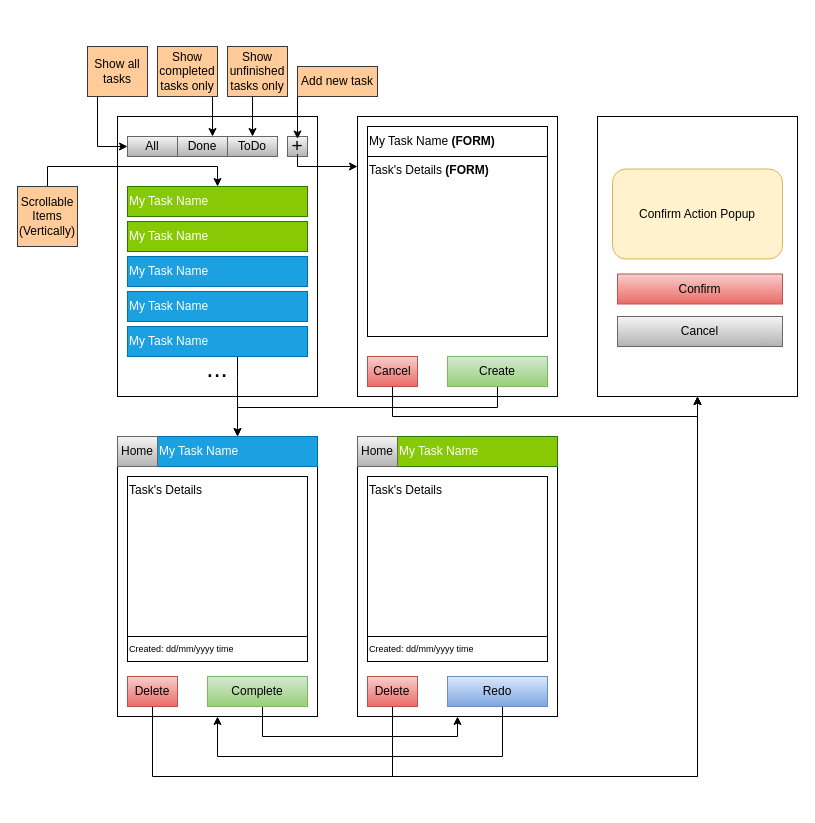
gubrus50/to-do-list keeps this draw.io diagram as design/Prototype Design.drawio. Above is the earlier version. Source tidied: cells renumbered, new cells numbered last; positions are measured from the earlier drawing's top-left corner, leaving out a move shared by most shapes. Both pictures are drawn from the tidied source at 100%, with x=0, y=0 at pixel (17, 46).
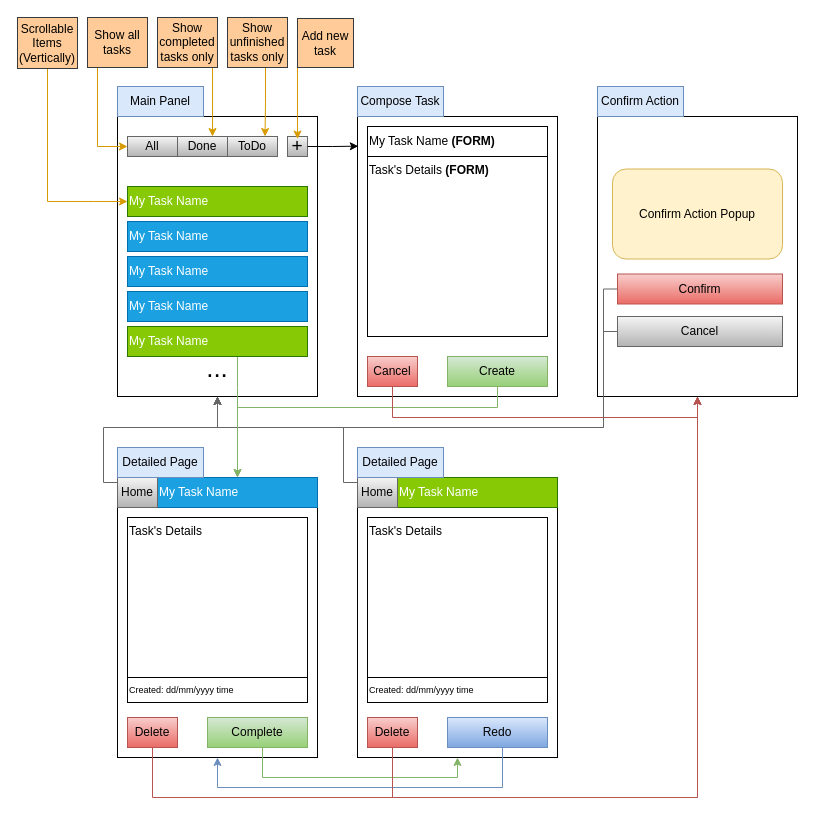
Above is the later version.

The change refers to these unchanged cells:
```xml
<mxCell id="2" style="rounded=0;whiteSpace=wrap;html=1;" parent="1" vertex="1">
  <mxGeometry x="100" y="70" width="200" height="280" as="geometry" />
</mxCell>
<mxCell id="5" style="rounded=0;whiteSpace=wrap;html=1;fillColor=#f5f5f5;gradientColor=#b3b3b3;strokeColor=#666666;" parent="4" vertex="1">
  <mxGeometry width="20" height="20" as="geometry" />
</mxCell>
<mxCell id="6" value="+" style="text;html=1;strokeColor=none;fillColor=none;align=center;verticalAlign=middle;whiteSpace=wrap;rounded=0;fontSize=19;" parent="4" vertex="1">
  <mxGeometry x="5" y="2.5" width="10" height="15" as="geometry" />
</mxCell>
<mxCell id="7" value="My Task Name" style="rounded=0;whiteSpace=wrap;html=1;fillColor=#88C906;strokeColor=#2D7600;align=left;fontColor=#ffffff;" parent="1" vertex="1">
  <mxGeometry x="110" y="140" width="180" height="30" as="geometry" />
</mxCell>
<mxCell id="13" value="Done" style="rounded=0;whiteSpace=wrap;html=1;fillColor=#f5f5f5;gradientColor=#b3b3b3;strokeColor=#666666;" parent="1" vertex="1">
  <mxGeometry x="160" y="90" width="50" height="20" as="geometry" />
</mxCell>
<mxCell id="14" value="ToDo" style="rounded=0;whiteSpace=wrap;html=1;fillColor=#f5f5f5;gradientColor=#b3b3b3;strokeColor=#666666;" parent="1" vertex="1">
  <mxGeometry x="210" y="90" width="50" height="20" as="geometry" />
</mxCell>
<mxCell id="32" style="rounded=0;whiteSpace=wrap;html=1;" parent="1" vertex="1">
  <mxGeometry x="340" y="70" width="200" height="280" as="geometry" />
</mxCell>
<mxCell id="35" value="Create" style="rounded=0;whiteSpace=wrap;html=1;fillColor=#d5e8d4;strokeColor=#82b366;gradientColor=#97d077;" parent="1" vertex="1">
  <mxGeometry x="430" y="310" width="100" height="30" as="geometry" />
</mxCell>
<mxCell id="37" value="Cancel" style="rounded=0;whiteSpace=wrap;html=1;fillColor=#f8cecc;gradientColor=#ea6b66;strokeColor=#b85450;" parent="1" vertex="1">
  <mxGeometry x="350" y="310" width="50" height="30" as="geometry" />
</mxCell>
<mxCell id="48" value="All" style="rounded=0;whiteSpace=wrap;html=1;fillColor=#f5f5f5;gradientColor=#b3b3b3;strokeColor=#666666;" parent="1" vertex="1">
  <mxGeometry x="110" y="90" width="50" height="20" as="geometry" />
</mxCell>
<mxCell id="51" style="rounded=0;whiteSpace=wrap;html=1;" parent="1" vertex="1">
  <mxGeometry x="580" y="70" width="200" height="280" as="geometry" />
</mxCell>
<mxCell id="52" value="Confirm" style="rounded=0;whiteSpace=wrap;html=1;fillColor=#f8cecc;strokeColor=#b85450;gradientColor=#ea6b66;" parent="1" vertex="1">
  <mxGeometry x="600" y="227.5" width="165" height="30" as="geometry" />
</mxCell>
<mxCell id="53" value="Cancel" style="rounded=0;whiteSpace=wrap;html=1;fillColor=#f5f5f5;gradientColor=#b3b3b3;strokeColor=#666666;" parent="1" vertex="1">
  <mxGeometry x="600" y="270" width="165" height="30" as="geometry" />
</mxCell>
```

What changed in the source:
```diff
@@
     <mxCell id="3" style="rounded=0;whiteSpace=wrap;html=1;" parent="1" vertex="1">
-      <mxGeometry x="100" y="390" width="200" height="280" as="geometry" />
+      <mxGeometry x="100" y="431" width="200" height="280" as="geometry" />
     </mxCell>
@@
-    <mxCell id="8" value="My Task Name" style="rounded=0;whiteSpace=wrap;html=1;fillColor=#88C906;strokeColor=#2D7600;align=left;fontColor=#ffffff;" parent="1" vertex="1">
+    <mxCell id="8" value="My Task Name" style="rounded=0;whiteSpace=wrap;html=1;fillColor=#1ba1e2;strokeColor=#006EAF;align=left;fontColor=#ffffff;" parent="1" vertex="1">
       <mxGeometry x="110" y="175" width="180" height="30" as="geometry" />
     </mxCell>
@@
-    <mxCell id="11" style="edgeStyle=orthogonalEdgeStyle;rounded=0;jettySize=auto;html=1;entryX=0.5;entryY=0;entryDx=0;entryDy=0;" parent="1" edge="1" source="12" target="17">
-      <mxGeometry relative="1" as="geometry">
-        <Array as="points">
-          <mxPoint x="220" y="331" />
-          <mxPoint x="220" y="331" />
-        </Array>
-      </mxGeometry>
-    </mxCell>
-    <mxCell id="12" value="My Task Name" style="rounded=0;whiteSpace=wrap;html=1;fillColor=#1ba1e2;fontColor=#ffffff;strokeColor=#006EAF;align=left;" parent="1" vertex="1">
-      <mxGeometry x="110" y="280" width="180" height="30" as="geometry" />
-    </mxCell>
@@
     <mxCell id="17" value="My Task Name" style="rounded=0;whiteSpace=wrap;html=1;fillColor=#1ba1e2;fontColor=#ffffff;strokeColor=#006EAF;align=left;" parent="1" vertex="1">
-      <mxGeometry x="140" y="390" width="160" height="30" as="geometry" />
+      <mxGeometry x="140" y="431" width="160" height="30" as="geometry" />
     </mxCell>
     <mxCell id="18" value="Task's Details" style="rounded=0;whiteSpace=wrap;html=1;align=left;verticalAlign=top;" parent="1" vertex="1">
-      <mxGeometry x="110" y="430" width="180" height="160" as="geometry" />
+      <mxGeometry x="110" y="471" width="180" height="160" as="geometry" />
     </mxCell>
     <mxCell id="19" value="Created: dd/mm/yyyy time" style="rounded=0;whiteSpace=wrap;html=1;fontSize=9;align=left;" parent="1" vertex="1">
-      <mxGeometry x="110" y="590" width="180" height="25" as="geometry" />
+      <mxGeometry x="110" y="631" width="180" height="25" as="geometry" />
     </mxCell>
-    <mxCell id="20" style="edgeStyle=orthogonalEdgeStyle;rounded=0;jettySize=auto;html=1;entryX=0.5;entryY=1;entryDx=0;entryDy=0;" parent="1" edge="1" source="21" target="24">
+    <mxCell id="20" style="edgeStyle=orthogonalEdgeStyle;rounded=0;jettySize=auto;html=1;entryX=0.5;entryY=1;entryDx=0;entryDy=0;fillColor=#d5e8d4;strokeColor=#82b366;" parent="1" edge="1" source="21" target="24">
       <mxGeometry relative="1" as="geometry">
         <Array as="points">
-          <mxPoint x="245" y="690" />
-          <mxPoint x="440" y="690" />
+          <mxPoint x="245" y="731" />
+          <mxPoint x="440" y="731" />
         </Array>
       </mxGeometry>
     </mxCell>
     <mxCell id="21" value="Complete" style="rounded=0;whiteSpace=wrap;html=1;fillColor=#d5e8d4;strokeColor=#82b366;gradientColor=#97d077;" parent="1" vertex="1">
-      <mxGeometry x="190" y="630" width="100" height="30" as="geometry" />
+      <mxGeometry x="190" y="671" width="100" height="30" as="geometry" />
     </mxCell>
-    <mxCell id="22" style="edgeStyle=orthogonalEdgeStyle;rounded=0;jettySize=auto;html=1;entryX=0.5;entryY=1;entryDx=0;entryDy=0;" parent="1" edge="1" source="23" target="51">
+    <mxCell id="22" style="edgeStyle=orthogonalEdgeStyle;rounded=0;jettySize=auto;html=1;entryX=0.5;entryY=1;entryDx=0;entryDy=0;fillColor=#f8cecc;strokeColor=#b85450;" parent="1" edge="1" source="23" target="51">
       <mxGeometry relative="1" as="geometry">
         <Array as="points">
-          <mxPoint x="135" y="730" />
-          <mxPoint x="680" y="730" />
+          <mxPoint x="135" y="751" />
+          <mxPoint x="680" y="751" />
         </Array>
       </mxGeometry>
     </mxCell>
     <mxCell id="23" value="Delete" style="rounded=0;whiteSpace=wrap;html=1;fillColor=#f8cecc;gradientColor=#ea6b66;strokeColor=#b85450;" parent="1" vertex="1">
-      <mxGeometry x="110" y="630" width="50" height="30" as="geometry" />
+      <mxGeometry x="110" y="671" width="50" height="30" as="geometry" />
     </mxCell>
     <mxCell id="24" style="rounded=0;whiteSpace=wrap;html=1;" parent="1" vertex="1">
-      <mxGeometry x="340" y="390" width="200" height="280" as="geometry" />
+      <mxGeometry x="340" y="431" width="200" height="280" as="geometry" />
     </mxCell>
     <mxCell id="25" value="Task's Details" style="rounded=0;whiteSpace=wrap;html=1;align=left;verticalAlign=top;" parent="1" vertex="1">
-      <mxGeometry x="350" y="430" width="180" height="160" as="geometry" />
+      <mxGeometry x="350" y="471" width="180" height="160" as="geometry" />
     </mxCell>
     <mxCell id="26" value="Created: dd/mm/yyyy time" style="rounded=0;whiteSpace=wrap;html=1;fontSize=9;align=left;" parent="1" vertex="1">
-      <mxGeometry x="350" y="590" width="180" height="25" as="geometry" />
+      <mxGeometry x="350" y="631" width="180" height="25" as="geometry" />
     </mxCell>
-    <mxCell id="27" style="edgeStyle=orthogonalEdgeStyle;rounded=0;jettySize=auto;html=1;entryX=0.5;entryY=1;entryDx=0;entryDy=0;" parent="1" edge="1" source="28" target="3">
+    <mxCell id="27" style="edgeStyle=orthogonalEdgeStyle;rounded=0;jettySize=auto;html=1;entryX=0.5;entryY=1;entryDx=0;entryDy=0;fillColor=#dae8fc;strokeColor=#6c8ebf;" parent="1" edge="1" source="28" target="3">
       <mxGeometry relative="1" as="geometry">
         <Array as="points">
-          <mxPoint x="485" y="710" />
-          <mxPoint x="200" y="710" />
+          <mxPoint x="485" y="741" />
+          <mxPoint x="200" y="741" />
         </Array>
       </mxGeometry>
     </mxCell>
     <mxCell id="28" value="Redo" style="rounded=0;whiteSpace=wrap;html=1;fillColor=#dae8fc;strokeColor=#6c8ebf;gradientColor=#7ea6e0;" parent="1" vertex="1">
-      <mxGeometry x="430" y="630" width="100" height="30" as="geometry" />
+      <mxGeometry x="430" y="671" width="100" height="30" as="geometry" />
     </mxCell>
-    <mxCell id="29" style="edgeStyle=orthogonalEdgeStyle;rounded=0;jettySize=auto;html=1;entryX=0.5;entryY=1;entryDx=0;entryDy=0;" parent="1" edge="1" source="30" target="51">
+    <mxCell id="29" style="edgeStyle=orthogonalEdgeStyle;rounded=0;jettySize=auto;html=1;entryX=0.5;entryY=1;entryDx=0;entryDy=0;fillColor=#f8cecc;strokeColor=#b85450;" parent="1" edge="1" source="30" target="51">
       <mxGeometry relative="1" as="geometry">
         <Array as="points">
-          <mxPoint x="375" y="730" />
-          <mxPoint x="680" y="730" />
+          <mxPoint x="375" y="751" />
+          <mxPoint x="680" y="751" />
         </Array>
       </mxGeometry>
     </mxCell>
     <mxCell id="30" value="Delete" style="rounded=0;whiteSpace=wrap;html=1;fillColor=#f8cecc;gradientColor=#ea6b66;strokeColor=#b85450;" parent="1" vertex="1">
-      <mxGeometry x="350" y="630" width="50" height="30" as="geometry" />
+      <mxGeometry x="350" y="671" width="50" height="30" as="geometry" />
     </mxCell>
     <mxCell id="31" value="My Task Name" style="rounded=0;whiteSpace=wrap;html=1;fillColor=#88C906;strokeColor=#2D7600;align=left;fontColor=#ffffff;" parent="1" vertex="1">
-      <mxGeometry x="380" y="390" width="160" height="30" as="geometry" />
+      <mxGeometry x="380" y="431" width="160" height="30" as="geometry" />
     </mxCell>
@@
-    <mxCell id="34" style="edgeStyle=orthogonalEdgeStyle;rounded=0;jettySize=auto;html=1;entryX=0.5;entryY=0;entryDx=0;entryDy=0;" parent="1" edge="1" source="35" target="17">
+    <mxCell id="34" style="edgeStyle=orthogonalEdgeStyle;rounded=0;jettySize=auto;html=1;entryX=0.5;entryY=0;entryDx=0;entryDy=0;fillColor=#d5e8d4;strokeColor=#82b366;" parent="1" edge="1" source="35" target="17">
       <mxGeometry relative="1" as="geometry">
         <Array as="points">
           <mxPoint x="480" y="361" />
           <mxPoint x="220" y="361" />
         </Array>
       </mxGeometry>
     </mxCell>
@@
-    <mxCell id="36" style="edgeStyle=orthogonalEdgeStyle;rounded=0;jettySize=auto;html=1;entryX=0.5;entryY=1;entryDx=0;entryDy=0;" parent="1" edge="1" source="37" target="51">
+    <mxCell id="36" style="edgeStyle=orthogonalEdgeStyle;rounded=0;jettySize=auto;html=1;entryX=0.5;entryY=1;entryDx=0;entryDy=0;fillColor=#f8cecc;strokeColor=#b85450;" parent="1" edge="1" source="37" target="51">
       <mxGeometry relative="1" as="geometry">
         <Array as="points">
-          <mxPoint x="375" y="370" />
-          <mxPoint x="680" y="370" />
+          <mxPoint x="375" y="371" />
+          <mxPoint x="680" y="371" />
         </Array>
       </mxGeometry>
     </mxCell>
@@
-    <mxCell id="39" style="edgeStyle=orthogonalEdgeStyle;rounded=0;jettySize=auto;html=1;entryX=0.5;entryY=0;entryDx=0;entryDy=0;" parent="1" edge="1" source="40" target="7">
+    <mxCell id="39" style="edgeStyle=orthogonalEdgeStyle;rounded=0;jettySize=auto;html=1;entryX=0;entryY=0.5;entryDx=0;entryDy=0;fillColor=#ffe6cc;strokeColor=#d79b00;" parent="1" edge="1" source="40" target="7">
       <mxGeometry relative="1" as="geometry">
         <Array as="points">
-          <mxPoint x="30" y="120" />
-          <mxPoint x="200" y="120" />
+          <mxPoint x="76" y="155" />
+          <mxPoint x="76" y="155" />
         </Array>
       </mxGeometry>
     </mxCell>
     <mxCell id="40" value="Scrollable Items&lt;br&gt;(Vertically)" style="text;html=1;strokeColor=#36393d;fillColor=#ffcc99;align=center;verticalAlign=middle;whiteSpace=wrap;rounded=0;" parent="1" vertex="1">
-      <mxGeometry y="140" width="60" height="60" as="geometry" />
+      <mxGeometry y="-29" width="60" height="51" as="geometry" />
     </mxCell>
-    <mxCell id="41" style="edgeStyle=orthogonalEdgeStyle;rounded=0;jettySize=auto;html=1;entryX=0.5;entryY=0;entryDx=0;entryDy=0;" parent="1" edge="1" source="42" target="6">
+    <mxCell id="41" style="edgeStyle=orthogonalEdgeStyle;rounded=0;jettySize=auto;html=1;entryX=0.5;entryY=0;entryDx=0;entryDy=0;fillColor=#ffe6cc;strokeColor=#d79b00;" parent="1" edge="1" source="42" target="6">
       <mxGeometry relative="1" as="geometry">
         <Array as="points">
           <mxPoint x="280" y="70" />
           <mxPoint x="280" y="70" />
         </Array>
       </mxGeometry>
     </mxCell>
     <mxCell id="42" value="Add new task" style="text;html=1;strokeColor=#36393d;fillColor=#ffcc99;align=center;verticalAlign=middle;whiteSpace=wrap;rounded=0;" parent="1" vertex="1">
-      <mxGeometry x="280" y="20" width="80" height="30" as="geometry" />
+      <mxGeometry x="280" y="-28" width="56" height="49" as="geometry" />
     </mxCell>
-    <mxCell id="43" style="edgeStyle=orthogonalEdgeStyle;rounded=0;jettySize=auto;html=1;" parent="1" edge="1" source="6">
-      <mxGeometry relative="1" as="geometry">
-        <mxPoint x="340" y="120" as="targetPoint" />
-        <Array as="points">
-          <mxPoint x="280" y="120" />
-          <mxPoint x="340" y="120" />
-        </Array>
-      </mxGeometry>
-    </mxCell>
-    <mxCell id="44" style="edgeStyle=orthogonalEdgeStyle;rounded=0;jettySize=auto;html=1;" parent="1" edge="1" source="45" target="13">
+    <mxCell id="44" style="edgeStyle=orthogonalEdgeStyle;rounded=0;jettySize=auto;html=1;fillColor=#ffe6cc;strokeColor=#d79b00;" parent="1" edge="1" source="45" target="13">
       <mxGeometry relative="1" as="geometry">
         <Array as="points">
           <mxPoint x="195" y="70" />
           <mxPoint x="195" y="70" />
         </Array>
       </mxGeometry>
     </mxCell>
     <mxCell id="45" value="Show completed tasks only" style="text;html=1;align=center;verticalAlign=middle;whiteSpace=wrap;rounded=0;fillColor=#ffcc99;strokeColor=#36393d;" parent="1" vertex="1">
-      <mxGeometry x="140" width="60" height="50" as="geometry" />
+      <mxGeometry x="140" y="-29" width="60" height="50" as="geometry" />
     </mxCell>
-    <mxCell id="46" style="edgeStyle=orthogonalEdgeStyle;rounded=0;jettySize=auto;html=1;entryX=0.5;entryY=0;entryDx=0;entryDy=0;" parent="1" edge="1" source="47" target="14">
+    <mxCell id="46" style="edgeStyle=orthogonalEdgeStyle;rounded=0;jettySize=auto;html=1;entryX=0.75;entryY=0;entryDx=0;entryDy=0;fillColor=#ffe6cc;strokeColor=#d79b00;" parent="1" edge="1" source="47" target="14">
       <mxGeometry relative="1" as="geometry">
         <Array as="points">
-          <mxPoint x="240" y="40" />
-          <mxPoint x="240" y="40" />
+          <mxPoint x="248" y="56" />
+          <mxPoint x="248" y="56" />
         </Array>
       </mxGeometry>
     </mxCell>
     <mxCell id="47" value="Show unfinished tasks only" style="text;html=1;strokeColor=#36393d;fillColor=#ffcc99;align=center;verticalAlign=middle;whiteSpace=wrap;rounded=0;" parent="1" vertex="1">
-      <mxGeometry x="210" width="60" height="50" as="geometry" />
+      <mxGeometry x="210" y="-29" width="60" height="50" as="geometry" />
     </mxCell>
@@
-    <mxCell id="49" style="edgeStyle=orthogonalEdgeStyle;rounded=0;jettySize=auto;html=1;entryX=0;entryY=0.5;entryDx=0;entryDy=0;" parent="1" edge="1" source="50" target="48">
+    <mxCell id="49" style="edgeStyle=orthogonalEdgeStyle;rounded=0;jettySize=auto;html=1;entryX=0;entryY=0.5;entryDx=0;entryDy=0;fillColor=#ffe6cc;strokeColor=#d79b00;" parent="1" edge="1" source="50" target="48">
       <mxGeometry relative="1" as="geometry">
         <Array as="points">
           <mxPoint x="80" y="100" />
         </Array>
       </mxGeometry>
     </mxCell>
     <mxCell id="50" value="Show all tasks" style="text;html=1;strokeColor=#36393d;fillColor=#ffcc99;align=center;verticalAlign=middle;whiteSpace=wrap;rounded=0;" parent="1" vertex="1">
-      <mxGeometry x="70" width="60" height="50" as="geometry" />
+      <mxGeometry x="70" y="-29" width="60" height="50" as="geometry" />
     </mxCell>
@@
+    <mxCell id="57" style="edgeStyle=orthogonalEdgeStyle;rounded=0;jettySize=auto;html=1;fillColor=#f5f5f5;strokeColor=#666666;entryX=0.5;entryY=1;entryDx=0;entryDy=0;" parent="1" edge="1" source="52" target="2">
+      <mxGeometry relative="1" as="geometry">
+        <Array as="points">
+          <mxPoint x="586" y="243" />
+          <mxPoint x="586" y="381" />
+          <mxPoint x="200" y="381" />
+        </Array>
+      </mxGeometry>
+    </mxCell>
@@
+    <mxCell id="58" style="edgeStyle=orthogonalEdgeStyle;rounded=0;jettySize=auto;html=1;entryX=0.5;entryY=1;entryDx=0;entryDy=0;fillColor=#f5f5f5;strokeColor=#666666;" parent="1" edge="1" source="53" target="2">
+      <mxGeometry relative="1" as="geometry">
+        <Array as="points">
+          <mxPoint x="586" y="285" />
+          <mxPoint x="586" y="381" />
+          <mxPoint x="200" y="381" />
+        </Array>
+      </mxGeometry>
+    </mxCell>
@@
+    <mxCell id="59" style="edgeStyle=orthogonalEdgeStyle;rounded=0;jettySize=auto;html=1;entryX=0.5;entryY=1;entryDx=0;entryDy=0;fillColor=#f5f5f5;strokeColor=#666666;" parent="1" edge="1" source="55" target="2">
+      <mxGeometry relative="1" as="geometry">
+        <Array as="points">
+          <mxPoint x="86" y="436" />
+          <mxPoint x="86" y="381" />
+          <mxPoint x="200" y="381" />
+        </Array>
+      </mxGeometry>
+    </mxCell>
     <mxCell id="55" value="Home" style="rounded=0;whiteSpace=wrap;html=1;fillColor=#f5f5f5;gradientColor=#b3b3b3;strokeColor=#666666;" parent="1" vertex="1">
-      <mxGeometry x="100" y="390" width="40" height="30" as="geometry" />
+      <mxGeometry x="100" y="431" width="40" height="30" as="geometry" />
     </mxCell>
+    <mxCell id="60" style="edgeStyle=orthogonalEdgeStyle;rounded=0;jettySize=auto;html=1;entryX=0.5;entryY=1;entryDx=0;entryDy=0;fillColor=#f5f5f5;strokeColor=#666666;" parent="1" edge="1" source="56" target="2">
+      <mxGeometry relative="1" as="geometry">
+        <Array as="points">
+          <mxPoint x="326" y="436" />
+          <mxPoint x="326" y="381" />
+          <mxPoint x="200" y="381" />
+        </Array>
+      </mxGeometry>
+    </mxCell>
     <mxCell id="56" value="Home" style="rounded=0;whiteSpace=wrap;html=1;fillColor=#f5f5f5;gradientColor=#b3b3b3;strokeColor=#666666;" parent="1" vertex="1">
-      <mxGeometry x="340" y="390" width="40" height="30" as="geometry" />
+      <mxGeometry x="340" y="431" width="40" height="30" as="geometry" />
     </mxCell>
+    <mxCell id="61" value="Main Panel" style="text;html=1;strokeColor=#6c8ebf;fillColor=#dae8fc;align=center;verticalAlign=middle;whiteSpace=wrap;rounded=0;" parent="1" vertex="1">
+      <mxGeometry x="100" y="40" width="86" height="30" as="geometry" />
+    </mxCell>
+    <mxCell id="62" value="Compose Task" style="text;html=1;strokeColor=#6c8ebf;fillColor=#dae8fc;align=center;verticalAlign=middle;whiteSpace=wrap;rounded=0;" parent="1" vertex="1">
+      <mxGeometry x="340" y="40" width="86" height="30" as="geometry" />
+    </mxCell>
+    <mxCell id="63" value="Confirm Action" style="text;html=1;strokeColor=#6c8ebf;fillColor=#dae8fc;align=center;verticalAlign=middle;whiteSpace=wrap;rounded=0;" parent="1" vertex="1">
+      <mxGeometry x="580" y="40" width="86" height="30" as="geometry" />
+    </mxCell>
+    <mxCell id="64" value="Detailed Page" style="text;html=1;strokeColor=#6c8ebf;fillColor=#dae8fc;align=center;verticalAlign=middle;whiteSpace=wrap;rounded=0;" parent="1" vertex="1">
+      <mxGeometry x="100" y="401" width="86" height="30" as="geometry" />
+    </mxCell>
+    <mxCell id="65" value="Detailed Page" style="text;html=1;strokeColor=#6c8ebf;fillColor=#dae8fc;align=center;verticalAlign=middle;whiteSpace=wrap;rounded=0;" parent="1" vertex="1">
+      <mxGeometry x="340" y="401" width="86" height="30" as="geometry" />
+    </mxCell>
+    <mxCell id="11" style="edgeStyle=orthogonalEdgeStyle;rounded=0;jettySize=auto;html=1;entryX=0.5;entryY=0;entryDx=0;entryDy=0;fillColor=#d5e8d4;strokeColor=#82b366;" parent="1" edge="1" source="12" target="17">
+      <mxGeometry relative="1" as="geometry">
+        <Array as="points">
+          <mxPoint x="220" y="341" />
+          <mxPoint x="220" y="341" />
+        </Array>
+      </mxGeometry>
+    </mxCell>
+    <mxCell id="12" value="My Task Name" style="rounded=0;whiteSpace=wrap;html=1;fillColor=#88C906;strokeColor=#2D7600;align=left;fontColor=#ffffff;" parent="1" vertex="1">
+      <mxGeometry x="110" y="280" width="180" height="30" as="geometry" />
+    </mxCell>
+    <mxCell id="66" style="edgeStyle=orthogonalEdgeStyle;rounded=0;jettySize=auto;html=1;entryX=0.004;entryY=0.106;entryDx=0;entryDy=0;entryPerimeter=0;" parent="1" edge="1" source="5" target="32">
+      <mxGeometry relative="1" as="geometry" />
+    </mxCell>
```
